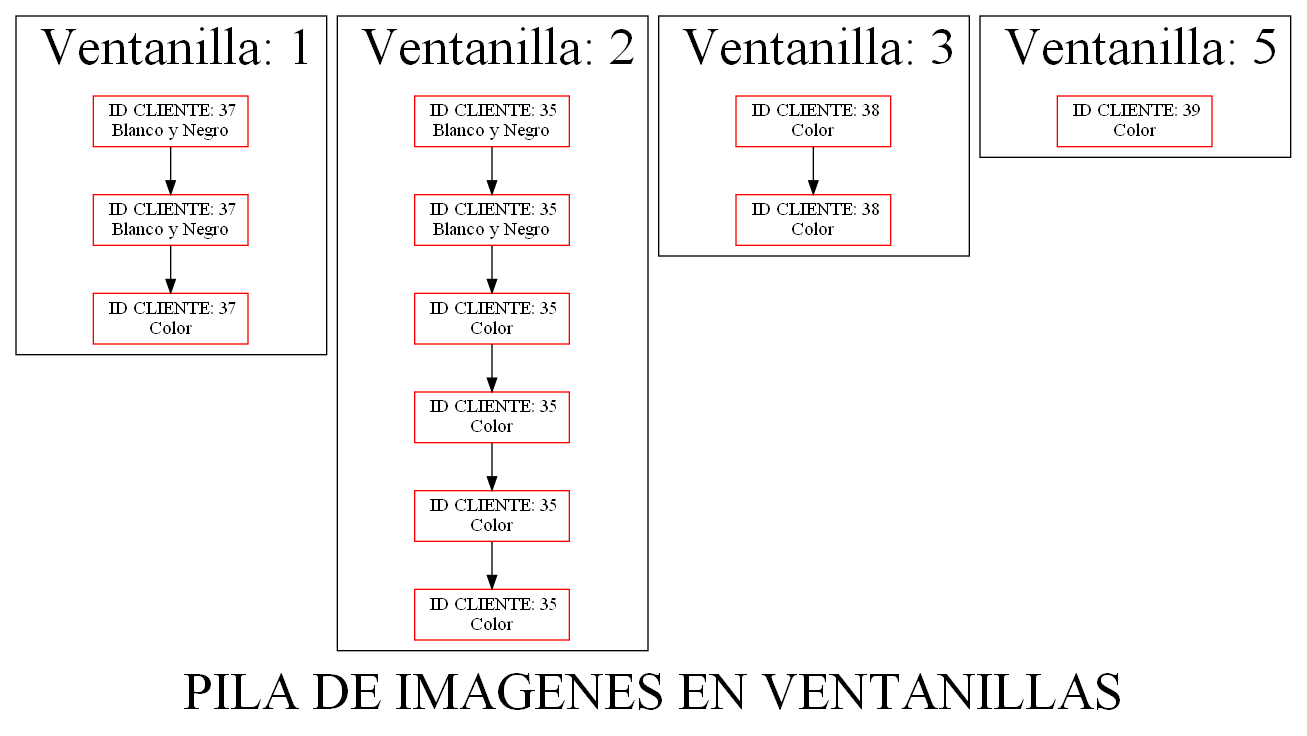
Before: pilaimg.png, a diagram exported from Graphviz (hugosmhd/EDD_UDRAWING_202002793). Its source is kept beside it as pilaimg.dot.
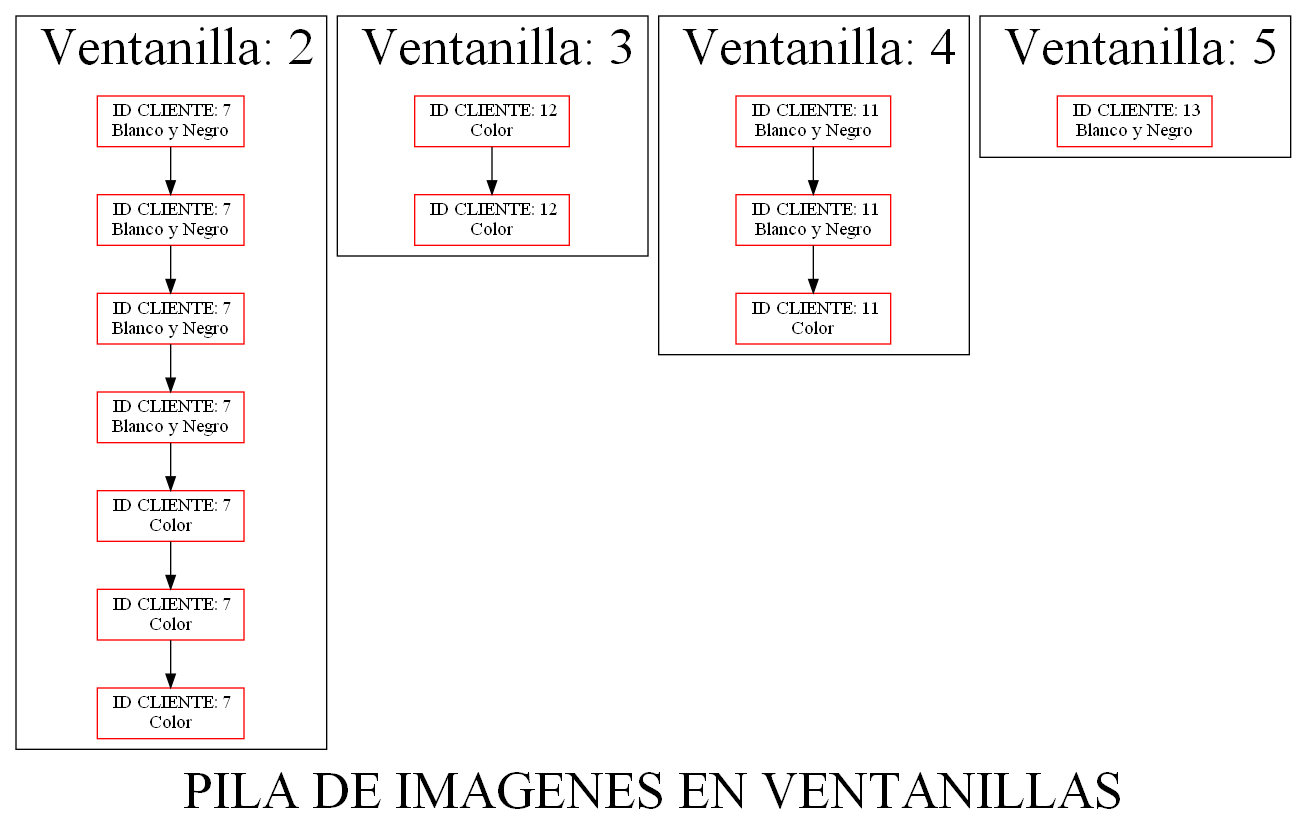
After the change.

Diff of the diagram source:
```diff
@@ -4,44 +4,47 @@
 fontsize = 40;
 subgraph cluster_1{
 label = " Ventanilla: 1";
-nodo812265671[label=" ID CLIENTE: 37
-Blanco y Negro"]
-nodo648129364[label=" ID CLIENTE: 37
-Blanco y Negro"]
-nodo1494279232[label=" ID CLIENTE: 37
-Color"]
-nodo812265671 -> nodo648129364;
-nodo648129364 -> nodo1494279232;
 }subgraph cluster_2{
 label = " Ventanilla: 2";
-nodo193064360[label=" ID CLIENTE: 35
+nodo424058530[label=" ID CLIENTE: 7
 Blanco y Negro"]
-nodo1029991479[label=" ID CLIENTE: 35
+nodo321001045[label=" ID CLIENTE: 7
 Blanco y Negro"]
-nodo1650967483[label=" ID CLIENTE: 35
+nodo791452441[label=" ID CLIENTE: 7
+Blanco y Negro"]
+nodo834600351[label=" ID CLIENTE: 7
+Blanco y Negro"]
+nodo471910020[label=" ID CLIENTE: 7
 Color"]
-nodo1296064247[label=" ID CLIENTE: 35
+nodo531885035[label=" ID CLIENTE: 7
 Color"]
-nodo1637070917[label=" ID CLIENTE: 35
+nodo1418481495[label=" ID CLIENTE: 7
 Color"]
-nodo780237624[label=" ID CLIENTE: 35
-Color"]
-nodo193064360 -> nodo1029991479;
-nodo1029991479 -> nodo1650967483;
-nodo1650967483 -> nodo1296064247;
-nodo1296064247 -> nodo1637070917;
-nodo1637070917 -> nodo780237624;
+nodo424058530 -> nodo321001045;
+nodo321001045 -> nodo791452441;
+nodo791452441 -> nodo834600351;
+nodo834600351 -> nodo471910020;
+nodo471910020 -> nodo531885035;
+nodo531885035 -> nodo1418481495;
 }subgraph cluster_3{
 label = " Ventanilla: 3";
-nodo109961541[label=" ID CLIENTE: 38
+nodo303563356[label=" ID CLIENTE: 12
 Color"]
-nodo1104106489[label=" ID CLIENTE: 38
+nodo135721597[label=" ID CLIENTE: 12
 Color"]
-nodo109961541 -> nodo1104106489;
+nodo303563356 -> nodo135721597;
 }subgraph cluster_4{
 label = " Ventanilla: 4";
+nodo142257191[label=" ID CLIENTE: 11
+Blanco y Negro"]
+nodo1044036744[label=" ID CLIENTE: 11
+Blanco y Negro"]
+nodo1826771953[label=" ID CLIENTE: 11
+Color"]
+nodo142257191 -> nodo1044036744;
+nodo1044036744 -> nodo1826771953;
 }subgraph cluster_5{
 label = " Ventanilla: 5";
-nodo670700378[label=" ID CLIENTE: 39
-Color"]
+nodo1406718218[label=" ID CLIENTE: 13
+Blanco y Negro"]
 }}
```
